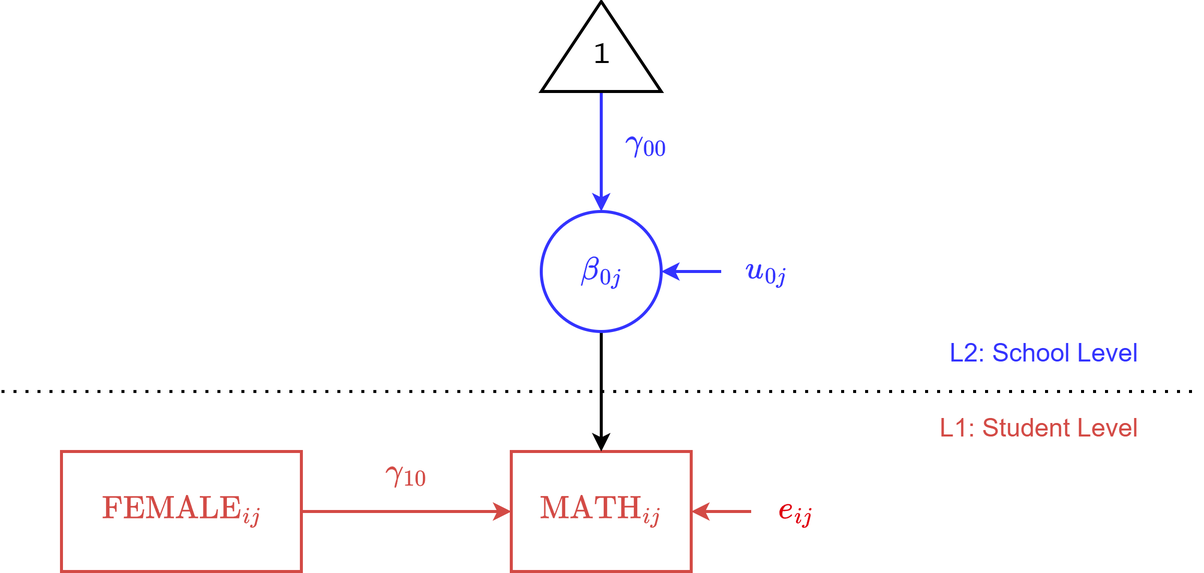
Earlier version of the draw.io export diagrams/fixed_slopes_l1.png (jmgirard/psyc894). Source tidied: cells renumbered, new cells last; positions are measured from the earlier drawing's top-left corner, leaving out a move shared by most shapes.
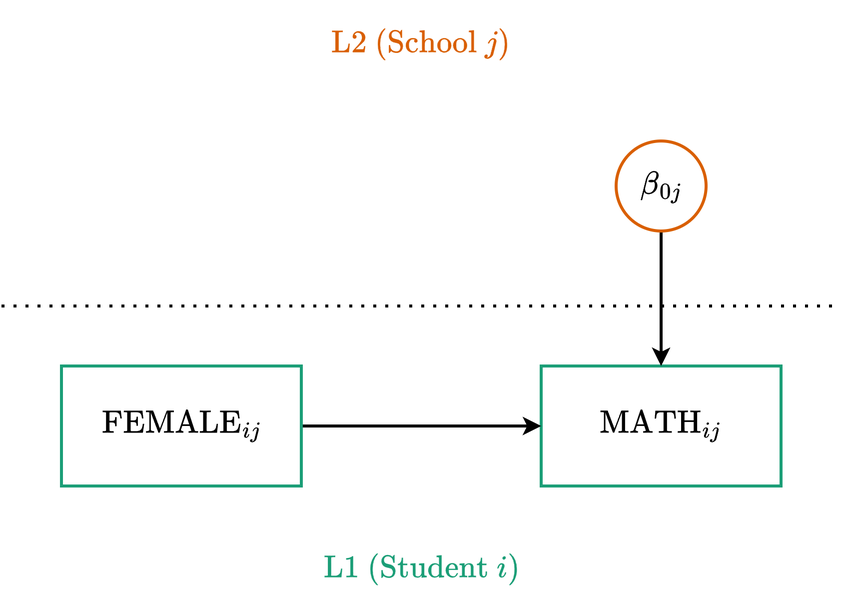
Later version of the same file.

Diff of the diagram source:
```diff
@@ -1,59 +1,33 @@
 <mxGraphModel math="1">
   <root>
-    <mxCell id="0" />
-    <mxCell id="1" parent="0" />
+    <mxCell id="18" />
+    <mxCell id="19" parent="18" />
-    <mxCell id="2" value="$$\text{MATH}_{ij}$$" style="rounded=0;whiteSpace=wrap;html=1;fontSize=18;strokeWidth=2;fontFamily=Lucida Console;fontColor=#D34A45;strokeColor=#D34A45;" parent="1" vertex="1">
-      <mxGeometry x="340" y="300" width="120" height="80" as="geometry" />
+    <mxCell id="2" value="$$\text{MATH}_{ij}$$" style="rounded=0;whiteSpace=wrap;html=1;fontSize=18;strokeWidth=2;fontFamily=Lucida Console;strokeColor=#1B9E77;" parent="19" vertex="1">
+      <mxGeometry x="360" y="220" width="160" height="80" as="geometry" />
     </mxCell>
-    <mxCell id="3" style="endArrow=classic;html=1;rounded=0;entryX=1;entryY=0.5;entryDx=0;entryDy=0;strokeWidth=2;strokeColor=#D34A45;exitX=0;exitY=0.5;exitDx=0;exitDy=0;" parent="1" edge="1" source="4" target="2">
-      <mxGeometry relative="1" as="geometry" />
-    </mxCell>
-    <mxCell id="4" value="&lt;font color=&quot;#df000f&quot;&gt;&lt;span style=&quot;background-color: rgb(255, 255, 255);&quot;&gt;$$e_{ij}$$&lt;/span&gt;&lt;/font&gt;" style="text;html=1;align=center;verticalAlign=middle;whiteSpace=wrap;rounded=0;fontSize=18;fontColor=#D34A45;fontFamily=Lucida Console;" parent="1" vertex="1">
-      <mxGeometry x="500" y="325" width="60" height="30" as="geometry" />
-    </mxCell>
-    <mxCell id="5" style="edgeStyle=orthogonalEdgeStyle;rounded=0;jettySize=auto;html=1;exitX=0.5;exitY=1;exitDx=0;exitDy=0;entryX=0.5;entryY=0;entryDx=0;entryDy=0;strokeWidth=2;strokeColor=#000000;" parent="1" edge="1" source="6" target="2">
+    <mxCell id="5" style="edgeStyle=orthogonalEdgeStyle;rounded=0;jettySize=auto;html=1;exitX=0.5;exitY=1;exitDx=0;exitDy=0;entryX=0.5;entryY=0;entryDx=0;entryDy=0;strokeWidth=2;strokeColor=#000000;" parent="19" edge="1" source="6" target="2">
       <mxGeometry relative="1" as="geometry" />
     </mxCell>
+    <mxCell id="20" style="endArrow=none;dashed=1;html=1;dashPattern=1 3;strokeWidth=2;rounded=0;" parent="19" edge="1">
+      <mxGeometry relative="1" as="geometry">
+        <mxPoint y="180" as="sourcePoint" />
+        <mxPoint x="560" y="180" as="targetPoint" />
+      </mxGeometry>
+    </mxCell>
-    <mxCell id="6" value="$$\beta_{0j}$$" style="ellipse;whiteSpace=wrap;html=1;strokeWidth=2;fontSize=18;fontFamily=Lucida Console;fontColor=#3333FF;strokeColor=#3333FF;" parent="1" vertex="1">
-      <mxGeometry x="360" y="140" width="80" height="80" as="geometry" />
+    <mxCell id="6" value="$$\beta_{0j}$$" style="ellipse;whiteSpace=wrap;html=1;strokeWidth=2;strokeColor=#D95F02;fontSize=18;fontFamily=Lucida Console;" parent="19" vertex="1">
+      <mxGeometry x="410" y="70" width="60" height="60" as="geometry" />
     </mxCell>
-    <mxCell id="7" style="endArrow=classic;html=1;rounded=0;entryX=1;entryY=0.5;entryDx=0;entryDy=0;strokeWidth=2;strokeColor=#3333FF;exitX=0;exitY=0.5;exitDx=0;exitDy=0;fontColor=#3333FF;" parent="1" edge="1" source="8">
-      <mxGeometry relative="1" as="geometry">
-        <mxPoint x="440" y="180" as="targetPoint" />
-      </mxGeometry>
-    </mxCell>
-    <mxCell id="8" value="&lt;font&gt;&lt;span style=&quot;background-color: rgb(255, 255, 255);&quot;&gt;$$u_{0j}$$&lt;/span&gt;&lt;/font&gt;" style="text;html=1;align=center;verticalAlign=middle;whiteSpace=wrap;rounded=0;fontSize=18;fontColor=#3333FF;fontFamily=Lucida Console;" parent="1" vertex="1">
-      <mxGeometry x="480" y="165" width="60" height="30" as="geometry" />
-    </mxCell>
-    <mxCell id="9" style="edgeStyle=orthogonalEdgeStyle;rounded=0;jettySize=auto;html=1;exitX=0;exitY=0.5;exitDx=0;exitDy=0;strokeWidth=2;strokeColor=#3333FF;entryX=0.5;entryY=0;entryDx=0;entryDy=0;" parent="1" edge="1" source="12" target="6">
-      <mxGeometry relative="1" as="geometry" />
-    </mxCell>
-    <mxCell id="10" value="&lt;font&gt;&lt;span style=&quot;background-color: rgb(255, 255, 255);&quot;&gt;$$\gamma_{00}$$&lt;/span&gt;&lt;/font&gt;" style="text;html=1;align=center;verticalAlign=middle;whiteSpace=wrap;rounded=0;fontSize=18;fontColor=#3333FF;fontFamily=Lucida Console;" parent="1" vertex="1">
-      <mxGeometry x="400" y="80" width="60" height="30" as="geometry" />
-    </mxCell>
-    <mxCell id="11" style="endArrow=none;dashed=1;html=1;dashPattern=1 3;strokeWidth=2;rounded=0;" parent="1" edge="1">
-      <mxGeometry relative="1" as="geometry">
-        <mxPoint y="260" as="sourcePoint" />
-        <mxPoint x="800" y="260" as="targetPoint" />
-      </mxGeometry>
-    </mxCell>
-    <mxCell id="12" value="&lt;font style=&quot;font-size: 18px;&quot;&gt;1&lt;/font&gt;" style="triangle;whiteSpace=wrap;html=1;strokeWidth=2;direction=north;verticalAlign=middle;spacingTop=12;fontFamily=Lucida Console;" parent="1" vertex="1">
-      <mxGeometry x="360" width="80" height="60" as="geometry" />
-    </mxCell>
-    <mxCell id="13" value="L2: School Level" style="text;html=1;align=right;verticalAlign=middle;whiteSpace=wrap;rounded=0;fontSize=17;fontColor=#3333FF;" parent="1" vertex="1">
-      <mxGeometry x="600" y="220" width="160" height="30" as="geometry" />
-    </mxCell>
-    <mxCell id="14" value="L1: Student Level" style="text;html=1;align=right;verticalAlign=middle;whiteSpace=wrap;rounded=0;fontSize=17;fontColor=#D34A45;" parent="1" vertex="1">
-      <mxGeometry x="600" y="270" width="160" height="30" as="geometry" />
-    </mxCell>
-    <mxCell id="15" style="edgeStyle=orthogonalEdgeStyle;rounded=0;jettySize=auto;html=1;exitX=1;exitY=0.5;exitDx=0;exitDy=0;entryX=0;entryY=0.5;entryDx=0;entryDy=0;strokeWidth=2;strokeColor=#D34A45;" parent="1" edge="1" source="16" target="2">
+    <mxCell id="15" style="edgeStyle=orthogonalEdgeStyle;rounded=0;jettySize=auto;html=1;exitX=1;exitY=0.5;exitDx=0;exitDy=0;entryX=0;entryY=0.5;entryDx=0;entryDy=0;strokeWidth=2;" parent="19" edge="1" source="16" target="2">
       <mxGeometry relative="1" as="geometry" />
     </mxCell>
-    <mxCell id="16" value="$$\text{FEMALE}_{ij}$$" style="rounded=0;whiteSpace=wrap;html=1;fontSize=18;strokeWidth=2;fontFamily=Lucida Console;fontColor=#D34A45;strokeColor=#D34A45;" parent="1" vertex="1">
-      <mxGeometry x="40" y="300" width="160" height="80" as="geometry" />
+    <mxCell id="16" value="$$\text{FEMALE}_{ij}$$" style="rounded=0;whiteSpace=wrap;html=1;fontSize=18;strokeWidth=2;fontFamily=Lucida Console;fontColor=#000000;strokeColor=#1B9E77;" parent="19" vertex="1">
+      <mxGeometry x="40" y="220" width="160" height="80" as="geometry" />
     </mxCell>
-    <mxCell id="17" value="&lt;font&gt;&lt;span style=&quot;background-color: rgb(255, 255, 255);&quot;&gt;$$\gamma_{10}$$&lt;/span&gt;&lt;/font&gt;" style="text;html=1;align=center;verticalAlign=middle;whiteSpace=wrap;rounded=0;fontSize=18;fontColor=#D34A45;fontFamily=Lucida Console;" parent="1" vertex="1">
-      <mxGeometry x="240" y="300" width="60" height="30" as="geometry" />
-    </mxCell>
+    <mxCell id="21" value="$$\text{L2 (School }j\text{)}$$" style="text;html=1;whiteSpace=wrap;strokeColor=none;fillColor=none;align=center;verticalAlign=middle;rounded=0;fontSize=18;fontColor=#D95F02;" parent="19" vertex="1">
+      <mxGeometry y="-10" width="560" height="30" as="geometry" />
+    </mxCell>
+    <mxCell id="22" value="$$\text{L1 (Student }i\text{)}$$" style="text;html=1;whiteSpace=wrap;strokeColor=none;fillColor=none;align=center;verticalAlign=middle;rounded=0;fontSize=18;fontColor=#1B9E77;" parent="19" vertex="1">
+      <mxGeometry y="340" width="560" height="30" as="geometry" />
+    </mxCell>
   </root>
 </mxGraphModel>
```
